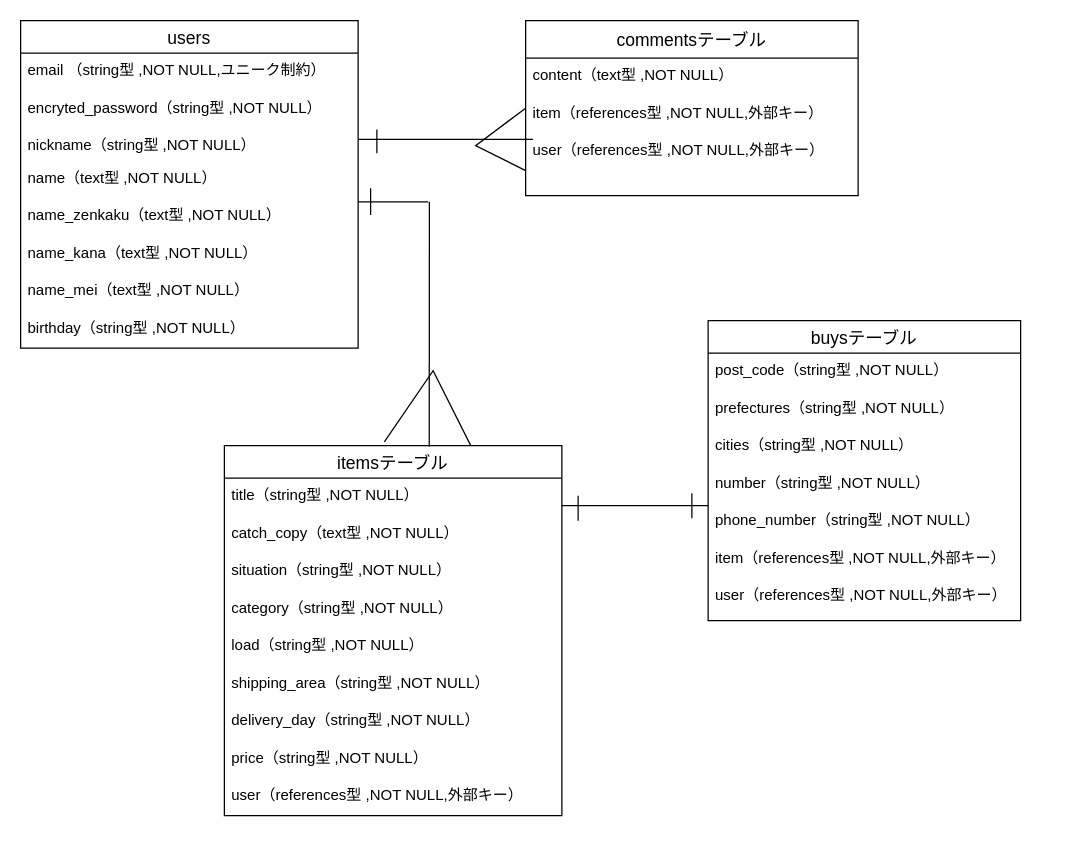
Earlier version of the draw.io diagram furima.dio (shota-kida/furima-39132-2). Source tidied: cells renumbered, new cells numbered last; positions are measured from the earlier drawing's top-left corner, leaving out a move shared by most shapes. Both pictures are drawn from the tidied source at 125%, with x=0, y=0 at pixel (20, 20).
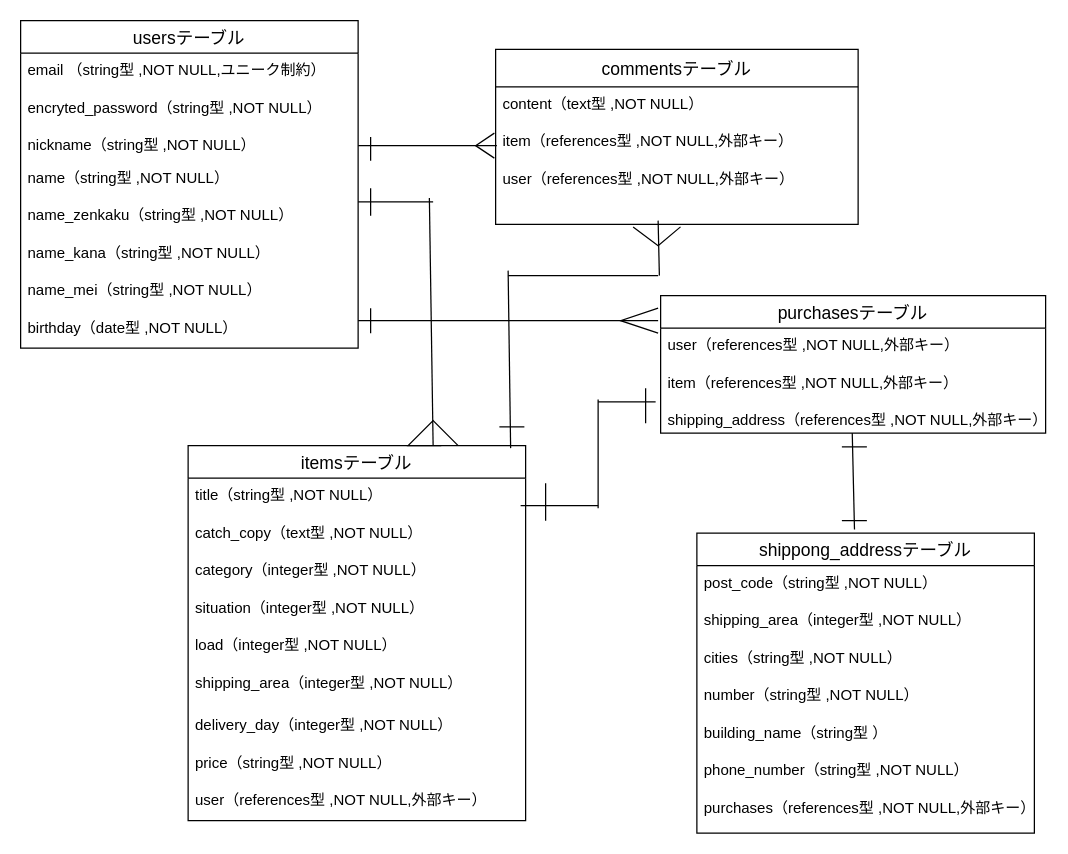
Above is the later version.

Commit message (it also covers changes not shown here):
ER図・README修正

Change to the diagram source:
```diff
@@
-    <mxCell id="2" value="users" style="swimlane;fontStyle=0;horizontal=1;startSize=26;align=center;fontSize=14;" parent="1" vertex="1">
+    <mxCell id="2" value="usersテーブル" style="swimlane;fontStyle=0;horizontal=1;startSize=26;align=center;fontSize=14;" parent="1" vertex="1">
       <mxGeometry width="270" height="262" as="geometry" />
     </mxCell>
@@
-    <mxCell id="6" value="name（text型 ,NOT NULL）" style="text;strokeColor=none;fillColor=none;spacingLeft=4;spacingRight=4;overflow=hidden;fontSize=12;" parent="2" vertex="1">
+    <mxCell id="6" value="name（string型 ,NOT NULL）" style="text;strokeColor=none;fillColor=none;spacingLeft=4;spacingRight=4;overflow=hidden;fontSize=12;" parent="2" vertex="1">
       <mxGeometry y="112" width="270" height="30" as="geometry" />
     </mxCell>
-    <mxCell id="7" value="name_zenkaku（text型 ,NOT NULL）" style="text;strokeColor=none;fillColor=none;spacingLeft=4;spacingRight=4;overflow=hidden;fontSize=12;" parent="2" vertex="1">
+    <mxCell id="7" value="name_zenkaku（string型 ,NOT NULL）&#10;" style="text;strokeColor=none;fillColor=none;spacingLeft=4;spacingRight=4;overflow=hidden;fontSize=12;" parent="2" vertex="1">
       <mxGeometry y="142" width="270" height="30" as="geometry" />
     </mxCell>
-    <mxCell id="8" value="name_kana（text型 ,NOT NULL）" style="text;strokeColor=none;fillColor=none;spacingLeft=4;spacingRight=4;overflow=hidden;fontSize=12;" parent="2" vertex="1">
+    <mxCell id="8" value="name_kana（string型 ,NOT NULL）" style="text;strokeColor=none;fillColor=none;spacingLeft=4;spacingRight=4;overflow=hidden;fontSize=12;" parent="2" vertex="1">
       <mxGeometry y="172" width="270" height="30" as="geometry" />
     </mxCell>
-    <mxCell id="9" value="name_mei（text型 ,NOT NULL）" style="text;strokeColor=none;fillColor=none;spacingLeft=4;spacingRight=4;overflow=hidden;fontSize=12;" parent="2" vertex="1">
+    <mxCell id="9" value="name_mei（string型 ,NOT NULL）" style="text;strokeColor=none;fillColor=none;spacingLeft=4;spacingRight=4;overflow=hidden;fontSize=12;" parent="2" vertex="1">
       <mxGeometry y="202" width="270" height="30" as="geometry" />
     </mxCell>
-    <mxCell id="10" value="birthday（string型 ,NOT NULL）" style="text;strokeColor=none;fillColor=none;spacingLeft=4;spacingRight=4;overflow=hidden;fontSize=12;" parent="2" vertex="1">
+    <mxCell id="10" value="birthday（date型 ,NOT NULL）" style="text;strokeColor=none;fillColor=none;spacingLeft=4;spacingRight=4;overflow=hidden;fontSize=12;" parent="2" vertex="1">
       <mxGeometry y="232" width="270" height="30" as="geometry" />
     </mxCell>
     <mxCell id="11" value="itemsテーブル" style="swimlane;fontStyle=0;horizontal=1;startSize=26;align=center;fontSize=14;" parent="1" vertex="1">
-      <mxGeometry x="163" y="340" width="270" height="296" as="geometry" />
+      <mxGeometry x="134" y="340" width="270" height="300" as="geometry" />
     </mxCell>
@@
-    <mxCell id="14" value="situation（string型 ,NOT NULL）" style="text;strokeColor=none;fillColor=none;spacingLeft=4;spacingRight=4;overflow=hidden;fontSize=12;" parent="11" vertex="1">
-      <mxGeometry y="86" width="270" height="30" as="geometry" />
-    </mxCell>
-    <mxCell id="15" value="category（string型 ,NOT NULL）" style="text;strokeColor=none;fillColor=none;spacingLeft=4;spacingRight=4;overflow=hidden;fontSize=12;" parent="11" vertex="1">
-      <mxGeometry y="116" width="270" height="30" as="geometry" />
+    <mxCell id="15" value="category（integer型 ,NOT NULL）" style="text;strokeColor=none;fillColor=none;spacingLeft=4;spacingRight=4;overflow=hidden;fontSize=12;" parent="11" vertex="1">
+      <mxGeometry y="86" width="270" height="30" as="geometry" />
     </mxCell>
+    <mxCell id="45" value="situation（integer型 ,NOT NULL）" style="text;strokeColor=none;fillColor=none;spacingLeft=4;spacingRight=4;overflow=hidden;fontSize=12;" parent="11" vertex="1">
+      <mxGeometry y="116" width="270" height="30" as="geometry" />
+    </mxCell>
-    <mxCell id="16" value="load（string型 ,NOT NULL）" style="text;strokeColor=none;fillColor=none;spacingLeft=4;spacingRight=4;overflow=hidden;fontSize=12;" parent="11" vertex="1">
+    <mxCell id="16" value="load（integer型 ,NOT NULL）" style="text;strokeColor=none;fillColor=none;spacingLeft=4;spacingRight=4;overflow=hidden;fontSize=12;" parent="11" vertex="1">
       <mxGeometry y="146" width="270" height="30" as="geometry" />
     </mxCell>
-    <mxCell id="17" value="shipping_area（string型 ,NOT NULL）" style="text;strokeColor=none;fillColor=none;spacingLeft=4;spacingRight=4;overflow=hidden;fontSize=12;" parent="11" vertex="1">
-      <mxGeometry y="176" width="270" height="30" as="geometry" />
+    <mxCell id="17" value="shipping_area（integer型 ,NOT NULL）" style="text;strokeColor=none;fillColor=none;spacingLeft=4;spacingRight=4;overflow=hidden;fontSize=12;" parent="11" vertex="1">
+      <mxGeometry y="176" width="270" height="34" as="geometry" />
     </mxCell>
-    <mxCell id="18" value="delivery_day（string型 ,NOT NULL）" style="text;strokeColor=none;fillColor=none;spacingLeft=4;spacingRight=4;overflow=hidden;fontSize=12;" parent="11" vertex="1">
-      <mxGeometry y="206" width="270" height="30" as="geometry" />
+    <mxCell id="18" value="delivery_day（integer型 ,NOT NULL）" style="text;strokeColor=none;fillColor=none;spacingLeft=4;spacingRight=4;overflow=hidden;fontSize=12;" parent="11" vertex="1">
+      <mxGeometry y="210" width="270" height="30" as="geometry" />
     </mxCell>
     <mxCell id="19" value="price（string型 ,NOT NULL）" style="text;strokeColor=none;fillColor=none;spacingLeft=4;spacingRight=4;overflow=hidden;fontSize=12;" parent="11" vertex="1">
-      <mxGeometry y="236" width="270" height="30" as="geometry" />
+      <mxGeometry y="240" width="270" height="30" as="geometry" />
     </mxCell>
     <mxCell id="20" value="user（references型 ,NOT NULL,外部キー）" style="text;strokeColor=none;fillColor=none;spacingLeft=4;spacingRight=4;overflow=hidden;fontSize=12;" parent="11" vertex="1">
-      <mxGeometry y="266" width="270" height="30" as="geometry" />
+      <mxGeometry y="270" width="270" height="30" as="geometry" />
     </mxCell>
     <mxCell id="21" value="commentsテーブル" style="swimlane;fontStyle=0;horizontal=1;startSize=30;align=center;fontSize=14;" parent="1" vertex="1">
-      <mxGeometry x="404" width="266" height="140" as="geometry" />
+      <mxGeometry x="380" y="23" width="290" height="140" as="geometry" />
     </mxCell>
     <mxCell id="22" value="content（text型 ,NOT NULL）" style="text;strokeColor=none;fillColor=none;spacingLeft=4;spacingRight=4;overflow=hidden;fontSize=12;" parent="21" vertex="1">
-      <mxGeometry y="30" width="266" height="30" as="geometry" />
+      <mxGeometry y="30" width="290" height="30" as="geometry" />
     </mxCell>
     <mxCell id="23" value="item（references型 ,NOT NULL,外部キー）" style="text;strokeColor=none;fillColor=none;spacingLeft=4;spacingRight=4;overflow=hidden;fontSize=12;" parent="21" vertex="1">
-      <mxGeometry y="60" width="266" height="30" as="geometry" />
+      <mxGeometry y="60" width="290" height="30" as="geometry" />
     </mxCell>
     <mxCell id="24" value="user（references型 ,NOT NULL,外部キー）" style="text;strokeColor=none;fillColor=none;spacingLeft=4;spacingRight=4;overflow=hidden;points=[[0,0.5],[1,0.5]];portConstraint=eastwest;fontSize=12;" parent="21" vertex="1">
-      <mxGeometry y="90" width="266" height="50" as="geometry" />
+      <mxGeometry y="90" width="290" height="50" as="geometry" />
     </mxCell>
+    <mxCell id="46" style="endArrow=none;html=1;rounded=0;entryX=0.51;entryY=1.04;entryDx=0;entryDy=0;entryPerimeter=0;" parent="21" edge="1" target="24">
+      <mxGeometry relative="1" as="geometry">
+        <mxPoint x="110" y="142" as="sourcePoint" />
+        <Array as="points">
+          <mxPoint x="130" y="157" />
+        </Array>
+      </mxGeometry>
+    </mxCell>
     <mxCell id="25" style="line;strokeWidth=1;dashed=0;labelPosition=right;align=left;verticalAlign=middle;spacingTop=0;spacingLeft=6;" parent="1" vertex="1">
-      <mxGeometry x="270" y="10" width="140" height="170" as="geometry" />
+      <mxGeometry x="270" y="15" width="111" height="170" as="geometry" />
     </mxCell>
     <mxCell id="26" style="line;strokeWidth=1;dashed=0;labelPosition=right;align=left;verticalAlign=middle;spacingTop=0;spacingLeft=6;points=[];portConstraint=eastwest;" parent="1" vertex="1">
-      <mxGeometry x="270" y="60" width="56" height="170" as="geometry" />
+      <mxGeometry x="270" y="60" width="60" height="170" as="geometry" />
     </mxCell>
     <mxCell id="27" style="endArrow=none;html=1;rounded=0;" parent="1" edge="1">
       <mxGeometry relative="1" as="geometry">
-        <mxPoint x="285" y="106" as="sourcePoint" />
-        <mxPoint x="285" y="87" as="targetPoint" />
+        <mxPoint x="280" y="112" as="sourcePoint" />
+        <mxPoint x="280" y="93" as="targetPoint" />
       </mxGeometry>
     </mxCell>
     <mxCell id="28" style="endArrow=none;html=1;rounded=0;" parent="1" edge="1">
       <mxGeometry relative="1" as="geometry">
-        <mxPoint x="280" y="155.5" as="sourcePoint" />
+        <mxPoint x="280" y="156" as="sourcePoint" />
         <mxPoint x="280" y="134" as="targetPoint" />
       </mxGeometry>
     </mxCell>
@@
     <mxCell id="30" style="line;strokeWidth=1;dashed=0;labelPosition=right;align=left;verticalAlign=middle;spacingTop=0;spacingLeft=6;" parent="1" vertex="1">
-      <mxGeometry x="433" y="383" width="117" height="10" as="geometry" />
+      <mxGeometry x="400" y="383" width="62" height="10" as="geometry" />
     </mxCell>
-    <mxCell id="31" value="buysテーブル" style="swimlane;fontStyle=0;horizontal=1;startSize=26;align=center;fontSize=14;" parent="1" vertex="1">
-      <mxGeometry x="550" y="240" width="250" height="240" as="geometry" />
+    <mxCell id="31" value="shippong_addressテーブル" style="swimlane;fontStyle=0;horizontal=1;startSize=26;align=center;fontSize=14;" parent="1" vertex="1">
+      <mxGeometry x="541" y="410" width="270" height="240" as="geometry" />
     </mxCell>
     <mxCell id="32" value="post_code（string型 ,NOT NULL）" style="text;strokeColor=none;fillColor=none;spacingLeft=4;spacingRight=4;overflow=hidden;fontSize=12;" parent="31" vertex="1">
-      <mxGeometry y="26" width="250" height="30" as="geometry" />
+      <mxGeometry y="26" width="270" height="30" as="geometry" />
     </mxCell>
-    <mxCell id="33" value="prefectures（string型 ,NOT NULL）" style="text;strokeColor=none;fillColor=none;spacingLeft=4;spacingRight=4;overflow=hidden;fontSize=12;" parent="31" vertex="1">
-      <mxGeometry y="56" width="250" height="30" as="geometry" />
+    <mxCell id="33" value="shipping_area（integer型 ,NOT NULL）" style="text;strokeColor=none;fillColor=none;spacingLeft=4;spacingRight=4;overflow=hidden;fontSize=12;" parent="31" vertex="1">
+      <mxGeometry y="56" width="270" height="30" as="geometry" />
     </mxCell>
     <mxCell id="34" value="cities（string型 ,NOT NULL）" style="text;strokeColor=none;fillColor=none;spacingLeft=4;spacingRight=4;overflow=hidden;fontSize=12;" parent="31" vertex="1">
-      <mxGeometry y="86" width="250" height="30" as="geometry" />
+      <mxGeometry y="86" width="270" height="30" as="geometry" />
     </mxCell>
     <mxCell id="35" value="number（string型 ,NOT NULL）" style="text;strokeColor=none;fillColor=none;spacingLeft=4;spacingRight=4;overflow=hidden;fontSize=12;" parent="31" vertex="1">
-      <mxGeometry y="116" width="250" height="30" as="geometry" />
+      <mxGeometry y="116" width="270" height="30" as="geometry" />
     </mxCell>
-    <mxCell id="36" value="phone_number（string型 ,NOT NULL）" style="text;strokeColor=none;fillColor=none;spacingLeft=4;spacingRight=4;overflow=hidden;fontSize=12;" parent="31" vertex="1">
-      <mxGeometry y="146" width="250" height="30" as="geometry" />
+    <mxCell id="36" value="building_name（string型 ）" style="text;strokeColor=none;fillColor=none;spacingLeft=4;spacingRight=4;overflow=hidden;fontSize=12;" parent="31" vertex="1">
+      <mxGeometry y="146" width="270" height="30" as="geometry" />
     </mxCell>
-    <mxCell id="37" value="item（references型 ,NOT NULL,外部キー）" style="text;strokeColor=none;fillColor=none;spacingLeft=4;spacingRight=4;overflow=hidden;fontSize=12;" parent="31" vertex="1">
-      <mxGeometry y="176" width="250" height="30" as="geometry" />
+    <mxCell id="37" value="phone_number（string型 ,NOT NULL）" style="text;strokeColor=none;fillColor=none;spacingLeft=4;spacingRight=4;overflow=hidden;fontSize=12;" parent="31" vertex="1">
+      <mxGeometry y="176" width="270" height="30" as="geometry" />
     </mxCell>
-    <mxCell id="38" value="user（references型 ,NOT NULL,外部キー）" style="text;strokeColor=none;fillColor=none;spacingLeft=4;spacingRight=4;overflow=hidden;fontSize=12;" parent="31" vertex="1">
-      <mxGeometry y="206" width="250" height="34" as="geometry" />
+    <mxCell id="38" value="purchases（references型 ,NOT NULL,外部キー）" style="text;strokeColor=none;fillColor=none;spacingLeft=4;spacingRight=4;overflow=hidden;fontSize=12;" parent="31" vertex="1">
+      <mxGeometry y="206" width="270" height="34" as="geometry" />
     </mxCell>
-    <mxCell id="39" style="endArrow=none;html=1;rounded=0;exitX=0.607;exitY=0.003;exitDx=0;exitDy=0;exitPerimeter=0;" parent="1" edge="1" source="11">
+    <mxCell id="39" style="endArrow=none;html=1;rounded=0;entryX=0.95;entryY=0.482;entryDx=0;entryDy=0;entryPerimeter=0;" parent="1" edge="1" target="26">
       <mxGeometry relative="1" as="geometry">
-        <mxPoint x="327" y="145" as="targetPoint" />
+        <mxPoint x="330" y="340" as="sourcePoint" />
       </mxGeometry>
     </mxCell>
     <mxCell id="40" style="endArrow=none;html=1;rounded=0;" parent="1" edge="1">
       <mxGeometry relative="1" as="geometry">
-        <mxPoint x="446" y="380" as="sourcePoint" />
-        <mxPoint x="446" y="400" as="targetPoint" />
+        <mxPoint x="420" y="370" as="sourcePoint" />
+        <mxPoint x="420" y="400" as="targetPoint" />
       </mxGeometry>
     </mxCell>
     <mxCell id="41" style="endArrow=none;html=1;rounded=0;" parent="1" edge="1">
       <mxGeometry relative="1" as="geometry">
-        <mxPoint x="537" y="378" as="sourcePoint" />
-        <mxPoint x="537" y="398" as="targetPoint" />
+        <mxPoint x="500" y="294" as="sourcePoint" />
+        <mxPoint x="500" y="322" as="targetPoint" />
       </mxGeometry>
     </mxCell>
-    <mxCell id="42" style="endArrow=none;html=1;rounded=0;exitX=0.474;exitY=-0.01;exitDx=0;exitDy=0;exitPerimeter=0;entryX=0.73;entryY=0;entryDx=0;entryDy=0;entryPerimeter=0;" parent="1" edge="1" source="11" target="11">
+    <mxCell id="42" style="endArrow=none;html=1;rounded=0;entryX=0.75;entryY=0;entryDx=0;entryDy=0;exitX=0.8;exitY=0;exitDx=0;exitDy=0;exitPerimeter=0;" parent="1" edge="1" source="11" target="11">
       <mxGeometry relative="1" as="geometry">
         <Array as="points">
-          <mxPoint x="330" y="280" />
+          <mxPoint x="330" y="320" />
+          <mxPoint x="310" y="340" />
         </Array>
       </mxGeometry>
     </mxCell>
@@
+    <mxCell id="47" value="purchasesテーブル" style="swimlane;fontStyle=0;horizontal=1;startSize=26;align=center;fontSize=14;" parent="1" vertex="1">
+      <mxGeometry x="512" y="220" width="308" height="110" as="geometry" />
+    </mxCell>
+    <mxCell id="48" value="user（references型 ,NOT NULL,外部キー）" style="text;strokeColor=none;fillColor=none;spacingLeft=4;spacingRight=4;overflow=hidden;fontSize=12;" parent="47" vertex="1">
+      <mxGeometry y="26" width="308" height="30" as="geometry" />
+    </mxCell>
+    <mxCell id="49" value="item（references型 ,NOT NULL,外部キー）" style="text;strokeColor=none;fillColor=none;spacingLeft=4;spacingRight=4;overflow=hidden;fontSize=12;" parent="47" vertex="1">
+      <mxGeometry y="56" width="308" height="30" as="geometry" />
+    </mxCell>
+    <mxCell id="50" value="shipping_address（references型 ,NOT NULL,外部キー）" style="text;strokeColor=none;fillColor=none;spacingLeft=4;spacingRight=4;overflow=hidden;fontSize=12;" parent="47" vertex="1">
+      <mxGeometry y="86" width="308" height="24" as="geometry" />
+    </mxCell>
+    <mxCell id="51" style="endArrow=none;html=1;rounded=0;startArrow=none;exitX=0;exitY=0.3;exitDx=0;exitDy=0;exitPerimeter=0;" parent="1" edge="1" source="52">
+      <mxGeometry relative="1" as="geometry">
+        <mxPoint x="462" y="390" as="targetPoint" />
+      </mxGeometry>
+    </mxCell>
+    <mxCell id="52" style="line;strokeWidth=1;dashed=0;labelPosition=right;align=left;verticalAlign=middle;spacingTop=0;spacingLeft=6;points=[];portConstraint=eastwest;" parent="1" vertex="1">
+      <mxGeometry x="462" y="300" width="46" height="10" as="geometry" />
+    </mxCell>
+    <mxCell id="53" style="endArrow=none;html=1;rounded=0;exitX=0.467;exitY=-0.012;exitDx=0;exitDy=0;exitPerimeter=0;" parent="1" edge="1" source="31">
+      <mxGeometry relative="1" as="geometry">
+        <mxPoint x="665.3" y="330" as="targetPoint" />
+      </mxGeometry>
+    </mxCell>
+    <mxCell id="54" style="endArrow=none;html=1;rounded=0;" parent="1" edge="1">
+      <mxGeometry relative="1" as="geometry">
+        <mxPoint x="677" y="400" as="sourcePoint" />
+        <mxPoint x="657" y="400" as="targetPoint" />
+      </mxGeometry>
+    </mxCell>
+    <mxCell id="55" style="endArrow=none;html=1;rounded=0;" parent="1" edge="1">
+      <mxGeometry relative="1" as="geometry">
+        <mxPoint x="677" y="341" as="sourcePoint" />
+        <mxPoint x="657" y="341" as="targetPoint" />
+      </mxGeometry>
+    </mxCell>
+    <mxCell id="56" style="endArrow=none;html=1;rounded=0;" parent="1" edge="1">
+      <mxGeometry relative="1" as="geometry">
+        <mxPoint x="270" y="240" as="sourcePoint" />
+        <mxPoint x="510" y="240" as="targetPoint" />
+      </mxGeometry>
+    </mxCell>
+    <mxCell id="57" style="endArrow=none;html=1;rounded=0;" parent="1" edge="1">
+      <mxGeometry relative="1" as="geometry">
+        <mxPoint x="510" y="230" as="sourcePoint" />
+        <mxPoint x="510" y="250" as="targetPoint" />
+        <Array as="points">
+          <mxPoint x="480" y="240" />
+        </Array>
+      </mxGeometry>
+    </mxCell>
+    <mxCell id="58" style="endArrow=none;html=1;rounded=0;" parent="1" edge="1">
+      <mxGeometry relative="1" as="geometry">
+        <mxPoint x="280" y="230" as="sourcePoint" />
+        <mxPoint x="280" y="250" as="targetPoint" />
+      </mxGeometry>
+    </mxCell>
     <mxCell id="44" style="endArrow=none;html=1;rounded=0;" parent="1" edge="1">
       <mxGeometry relative="1" as="geometry">
-        <mxPoint x="404" y="70" as="sourcePoint" />
-        <mxPoint x="404" y="120" as="targetPoint" />
+        <mxPoint x="379" y="90" as="sourcePoint" />
+        <mxPoint x="379" y="110" as="targetPoint" />
         <Array as="points">
           <mxPoint x="364" y="100" />
         </Array>
       </mxGeometry>
     </mxCell>
+    <mxCell id="59" style="endArrow=none;html=1;rounded=0;entryX=1;entryY=0;entryDx=0;entryDy=0;" parent="1" edge="1">
+      <mxGeometry relative="1" as="geometry">
+        <mxPoint x="390" y="200" as="sourcePoint" />
+        <mxPoint x="392" y="342" as="targetPoint" />
+      </mxGeometry>
+    </mxCell>
+    <mxCell id="60" style="endArrow=none;html=1;rounded=0;" parent="1" edge="1">
+      <mxGeometry relative="1" as="geometry">
+        <mxPoint x="383" y="325" as="sourcePoint" />
+        <mxPoint x="403" y="325" as="targetPoint" />
+      </mxGeometry>
+    </mxCell>
+    <mxCell id="61" style="endArrow=none;html=1;rounded=0;" parent="1" edge="1">
+      <mxGeometry relative="1" as="geometry">
+        <mxPoint x="390" y="204" as="sourcePoint" />
+        <mxPoint x="510" y="204" as="targetPoint" />
+      </mxGeometry>
+    </mxCell>
+    <mxCell id="62" style="endArrow=none;html=1;rounded=0;startArrow=none;" parent="1" edge="1">
+      <mxGeometry relative="1" as="geometry">
+        <mxPoint x="510" y="160" as="sourcePoint" />
+        <mxPoint x="511" y="204" as="targetPoint" />
+      </mxGeometry>
+    </mxCell>
```
